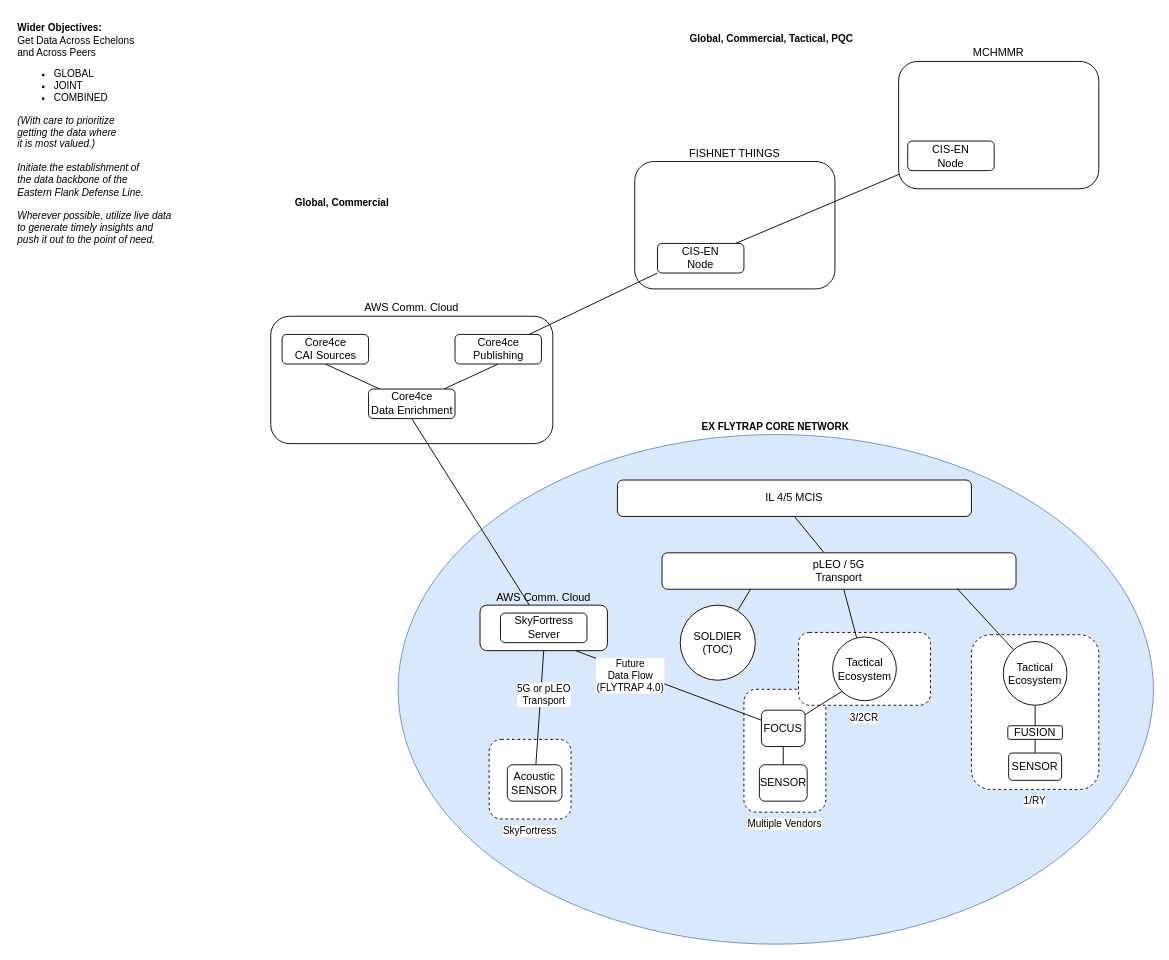
This is global/core4ce/EXFLYTRAP-BASELINE-SIMPLIFIED-WIDEVIEW-Core4ce.drawio from dlf-dds/FLYTRAP-ALL-ARCH, a draw.io file, before an edit. Source tidied: cells renumbered, new cells numbered last; positions are measured from the earlier drawing's top-left corner, leaving out a move shared by most shapes. Both pictures are drawn from the tidied source at 91%, with x=0, y=0 at pixel (15, 15).
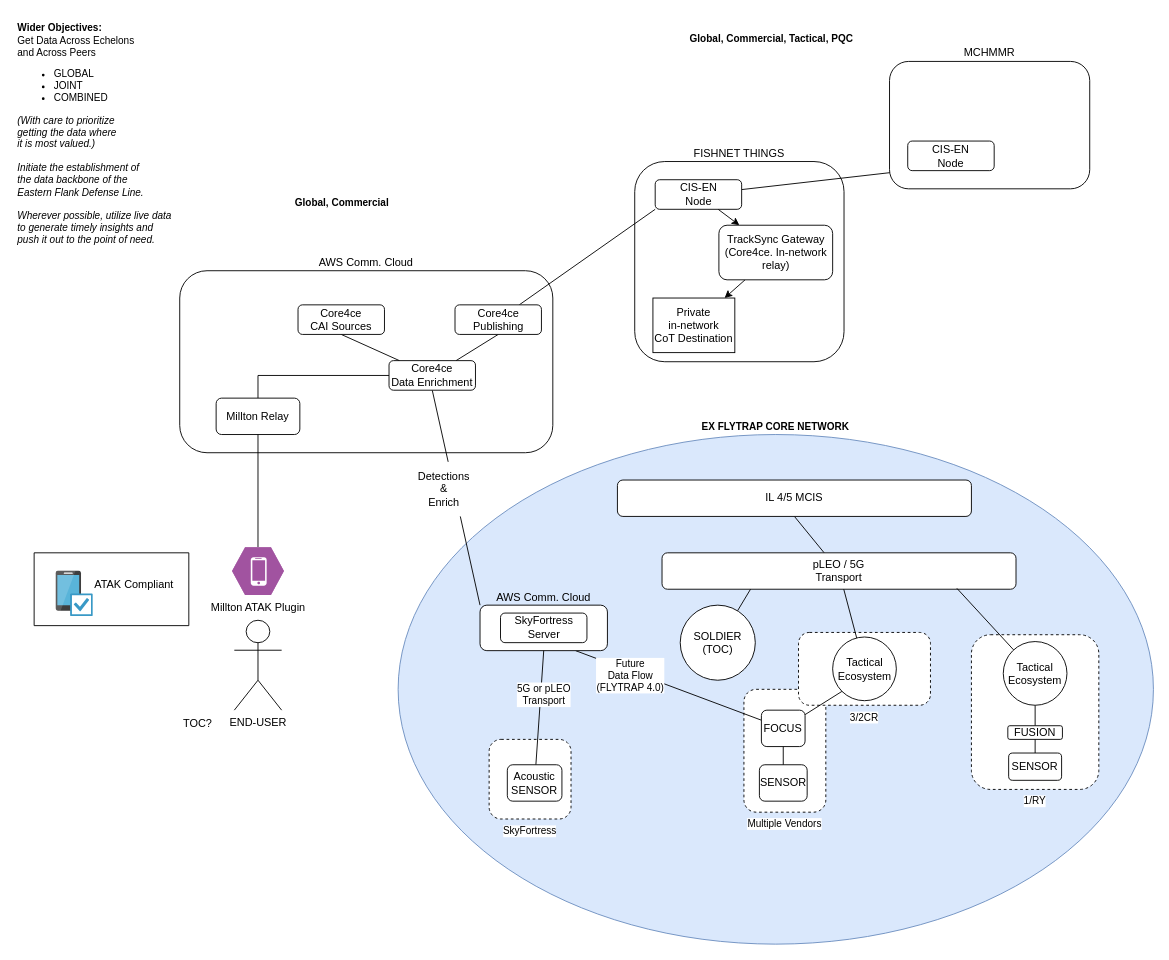
Above is the later version.

Commit message:
Adding our pieces to the puzzle

The change refers to these unchanged cells:
```xml
<mxCell id="22" value="AWS Comm. Cloud" style="rounded=1;whiteSpace=wrap;html=1;labelPosition=center;verticalLabelPosition=top;align=center;verticalAlign=bottom;" parent="1" vertex="1">
  <mxGeometry x="510" y="647.5" width="140" height="50" as="geometry" />
</mxCell>
```

The edit, as a diff of the source:
```diff
@@
     <mxCell id="2" value="FISHNET THINGS" style="rounded=1;whiteSpace=wrap;html=1;labelPosition=center;verticalLabelPosition=top;align=center;verticalAlign=bottom;" parent="1" vertex="1">
-      <mxGeometry x="680" y="160" width="220" height="140" as="geometry" />
+      <mxGeometry x="680" y="160" width="230" height="220" as="geometry" />
     </mxCell>
     <mxCell id="3" value="AWS Comm. Cloud" style="rounded=1;whiteSpace=wrap;html=1;labelPosition=center;verticalLabelPosition=top;align=center;verticalAlign=bottom;" parent="1" vertex="1">
-      <mxGeometry x="280" y="330" width="310" height="140" as="geometry" />
+      <mxGeometry x="180" y="280" width="410" height="200" as="geometry" />
     </mxCell>
@@
-    <mxCell id="21" style="edgeStyle=none;shape=connector;rounded=0;jettySize=auto;html=1;entryX=0.5;entryY=1;entryDx=0;entryDy=0;strokeColor=default;align=center;verticalAlign=middle;fontFamily=Helvetica;fontSize=11;fontColor=default;labelBackgroundColor=default;startFill=0;endArrow=none;" parent="1" edge="1" source="22" target="38">
+    <mxCell id="21" style="edgeStyle=none;shape=connector;rounded=0;jettySize=auto;html=1;entryX=0.5;entryY=1;entryDx=0;entryDy=0;strokeColor=default;align=center;verticalAlign=middle;fontFamily=Helvetica;fontSize=11;fontColor=default;labelBackgroundColor=default;startFill=0;endArrow=none;exitX=0;exitY=0;exitDx=0;exitDy=0;" parent="1" edge="1" source="22" target="38">
       <mxGeometry relative="1" as="geometry" />
     </mxCell>
@@
+    <mxCell id="47" style="edgeStyle=orthogonalEdgeStyle;rounded=0;jettySize=auto;html=1;entryX=0.5;entryY=0;entryDx=0;entryDy=0;endArrow=none;startFill=0;" parent="1" edge="1" source="38" target="49">
+      <mxGeometry relative="1" as="geometry" />
+    </mxCell>
     <mxCell id="38" value="Core4ce&lt;div&gt;Data Enrichment&lt;/div&gt;" style="rounded=1;whiteSpace=wrap;html=1;" parent="1" vertex="1">
-      <mxGeometry x="387.5" y="410" width="95" height="32.5" as="geometry" />
+      <mxGeometry x="410" y="378.8" width="95" height="32.5" as="geometry" />
     </mxCell>
     <mxCell id="39" value="Core4ce&lt;div&gt;CAI Sources&lt;/div&gt;" style="rounded=1;whiteSpace=wrap;html=1;" parent="1" vertex="1">
-      <mxGeometry x="292.5" y="350" width="95" height="32.5" as="geometry" />
+      <mxGeometry x="310" y="317.5" width="95" height="32.5" as="geometry" />
     </mxCell>
@@
     <mxCell id="41" value="Core4ce&lt;div&gt;Publishing&lt;/div&gt;" style="rounded=1;whiteSpace=wrap;html=1;" parent="1" vertex="1">
-      <mxGeometry x="482.5" y="350" width="95" height="32.5" as="geometry" />
+      <mxGeometry x="482.5" y="317.5" width="95" height="32.5" as="geometry" />
     </mxCell>
@@
+    <mxCell id="48" style="rounded=0;jettySize=auto;html=1;" parent="1" edge="1" source="43" target="60">
+      <mxGeometry relative="1" as="geometry" />
+    </mxCell>
     <mxCell id="43" value="CIS-EN&lt;div&gt;Node&lt;/div&gt;" style="rounded=1;whiteSpace=wrap;html=1;" parent="1" vertex="1">
-      <mxGeometry x="705" y="250" width="95" height="32.5" as="geometry" />
+      <mxGeometry x="702.5" y="180" width="95" height="32.5" as="geometry" />
     </mxCell>
     <mxCell id="44" value="MCHMMR" style="rounded=1;whiteSpace=wrap;html=1;labelPosition=center;verticalLabelPosition=top;align=center;verticalAlign=bottom;" parent="1" vertex="1">
-      <mxGeometry x="970" y="50" width="220" height="140" as="geometry" />
+      <mxGeometry x="960" y="50" width="220" height="140" as="geometry" />
     </mxCell>
@@
+    <mxCell id="49" value="Millton Relay" style="rounded=1;whiteSpace=wrap;html=1;" parent="1" vertex="1">
+      <mxGeometry x="220" y="420" width="92" height="40" as="geometry" />
+    </mxCell>
+    <mxCell id="50" style="rounded=0;jettySize=auto;html=1;entryX=0.5;entryY=1;entryDx=0;entryDy=0;endArrow=none;startFill=0;exitX=0.5;exitY=0;exitDx=0;exitDy=0;exitPerimeter=0;" parent="1" edge="1" source="52" target="49">
+      <mxGeometry relative="1" as="geometry" />
+    </mxCell>
+    <mxCell id="51" value="END-USER" style="shape=umlActor;verticalLabelPosition=bottom;verticalAlign=top;html=1;" parent="1" vertex="1">
+      <mxGeometry x="240" y="664.1" width="52" height="98.8" as="geometry" />
+    </mxCell>
+    <mxCell id="52" value="Millton ATAK Plugin" style="verticalLabelPosition=bottom;sketch=0;html=1;fillColor=#A153A0;strokeColor=#ffffff;verticalAlign=top;align=center;points=[[0,0.5,0],[0.125,0.25,0],[0.25,0,0],[0.5,0,0],[0.75,0,0],[0.875,0.25,0],[1,0.5,0],[0.875,0.75,0],[0.75,1,0],[0.5,1,0],[0.125,0.75,0]];shape=mxgraph.cisco_safe.compositeIcon;bgIcon=mxgraph.cisco_safe.design.blank_device;resIcon=mxgraph.cisco_safe.design.mobile_device;" parent="1" vertex="1">
+      <mxGeometry x="237.5" y="583.8" width="57" height="52.5" as="geometry" />
+    </mxCell>
+    <mxCell id="53" value="TOC?" style="text;html=1;align=center;verticalAlign=middle;whiteSpace=wrap;rounded=0;" parent="1" vertex="1">
+      <mxGeometry x="170" y="762.9" width="60" height="30" as="geometry" />
+    </mxCell>
+    <mxCell id="54" style="swimlane;startSize=0;" parent="1" vertex="1">
+      <mxGeometry x="20" y="590" width="170" height="80" as="geometry" />
+    </mxCell>
+    <mxCell id="55" style="image;sketch=0;html=1;align=center;fontSize=12;image=img/lib/mscae/Device_Compliance.svg;" parent="54" vertex="1">
+      <mxGeometry x="24" y="20" width="41" height="50" as="geometry" />
+    </mxCell>
+    <mxCell id="56" value="ATAK Compliant" style="text;html=1;align=center;verticalAlign=middle;whiteSpace=wrap;rounded=0;" parent="54" vertex="1">
+      <mxGeometry x="65" y="20" width="90" height="30" as="geometry" />
+    </mxCell>
+    <mxCell id="57" value="Detections&lt;br&gt;&amp;amp;&lt;br&gt;Enrich" style="text;html=1;align=center;verticalAlign=middle;fillColor=default;" parent="1" vertex="1">
+      <mxGeometry x="430" y="490" width="80" height="60" as="geometry" />
+    </mxCell>
+    <mxCell id="58" value="Private &lt;br&gt;in-network&lt;div&gt;CoT Destination&lt;/div&gt;" style="rounded=0;whiteSpace=wrap;html=1;" parent="1" vertex="1">
+      <mxGeometry x="700" y="310" width="90" height="60" as="geometry" />
+    </mxCell>
+    <mxCell id="59" style="rounded=0;jettySize=auto;html=1;" parent="1" edge="1" source="60" target="58">
+      <mxGeometry relative="1" as="geometry" />
+    </mxCell>
+    <mxCell id="60" value="TrackSync Gateway&lt;br&gt;(Core4ce. In-network relay)" style="rounded=1;whiteSpace=wrap;html=1;" parent="1" vertex="1">
+      <mxGeometry x="772.5" y="230" width="125" height="60" as="geometry" />
+    </mxCell>
+    <mxCell id="61" style="rounded=0;jettySize=auto;html=1;endArrow=none;startFill=0;" parent="1" edge="1" source="49">
+      <mxGeometry relative="1" as="geometry">
+        <mxPoint x="220" y="440" as="targetPoint" />
+      </mxGeometry>
+    </mxCell>
```
